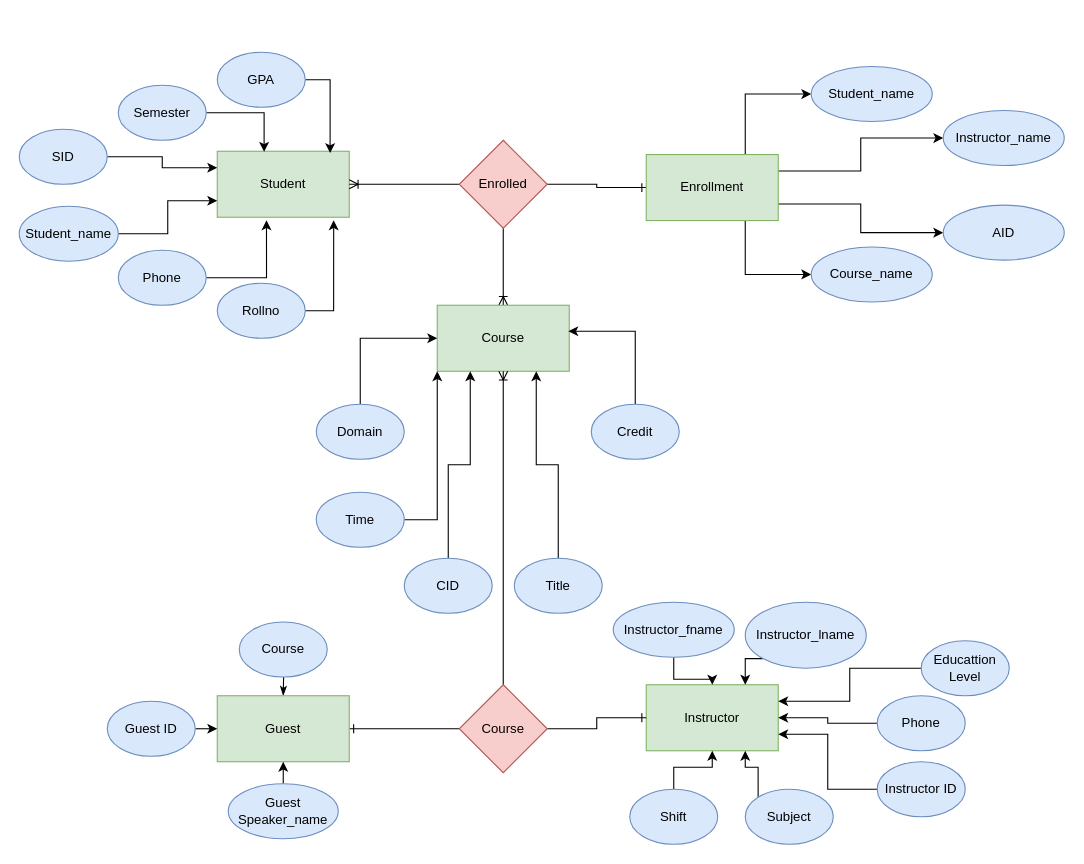
sujalthakuri/database-drawings keeps this draw.io diagram as database.drawio. Above is the earlier version. Source tidied: cells renumbered, new cells numbered last; positions are measured from the earlier drawing's top-left corner, leaving out a move shared by most shapes. Both pictures are drawn from the tidied source at 110%, with x=0, y=0 at pixel (19, 52).
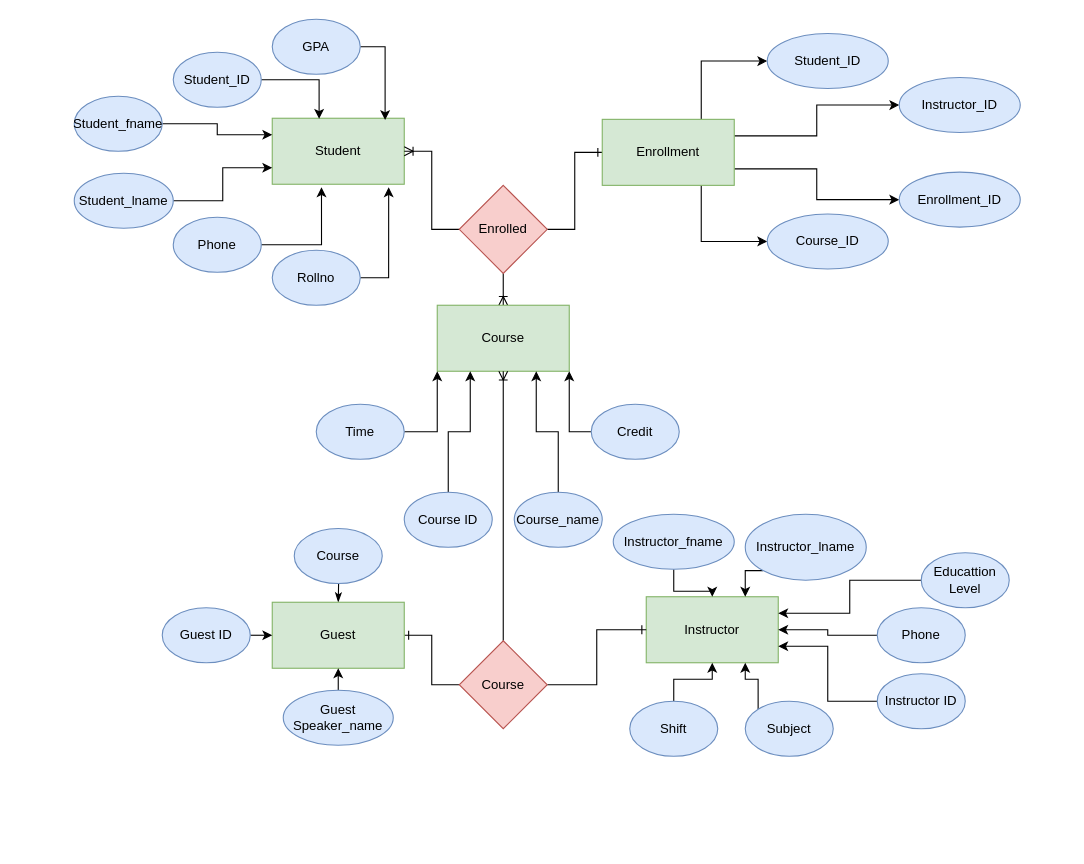
The same page after the edit.

The change refers to these unchanged cells:
```xml
<mxCell id="32" value="Course" style="rounded=0;whiteSpace=wrap;html=1;fillColor=#d5e8d4;strokeColor=#82b366;" parent="1" vertex="1">
  <mxGeometry x="380" y="230" width="120" height="60" as="geometry" />
</mxCell>
<mxCell id="42" value="Credit" style="ellipse;whiteSpace=wrap;html=1;fillColor=#dae8fc;strokeColor=#6c8ebf;" parent="1" vertex="1">
  <mxGeometry x="520" y="320" width="80" height="50" as="geometry" />
</mxCell>
```

Change to the diagram source:
```diff
@@
     <mxCell id="2" value="Student" style="rounded=0;whiteSpace=wrap;html=1;fillColor=#d5e8d4;strokeColor=#82b366;" parent="1" vertex="1">
-      <mxGeometry x="180" y="90" width="120" height="60" as="geometry" />
+      <mxGeometry x="230" y="60" width="120" height="60" as="geometry" />
     </mxCell>
@@
-    <mxCell id="4" value="SID" style="ellipse;whiteSpace=wrap;html=1;fillColor=#dae8fc;strokeColor=#6c8ebf;" parent="1" vertex="1">
-      <mxGeometry y="70" width="80" height="50" as="geometry" />
+    <mxCell id="4" value="Student_fname" style="ellipse;whiteSpace=wrap;html=1;fillColor=#dae8fc;strokeColor=#6c8ebf;" parent="1" vertex="1">
+      <mxGeometry x="50" y="40" width="80" height="50" as="geometry" />
     </mxCell>
@@
     <mxCell id="6" value="Phone" style="ellipse;whiteSpace=wrap;html=1;fillColor=#dae8fc;strokeColor=#6c8ebf;" parent="1" vertex="1">
-      <mxGeometry x="90" y="180" width="80" height="50" as="geometry" />
+      <mxGeometry x="140" y="150" width="80" height="50" as="geometry" />
     </mxCell>
@@
-    <mxCell id="8" value="Semester" style="ellipse;whiteSpace=wrap;html=1;fillColor=#dae8fc;strokeColor=#6c8ebf;" parent="1" vertex="1">
-      <mxGeometry x="90" y="30" width="80" height="50" as="geometry" />
+    <mxCell id="8" value="Student_ID" style="ellipse;whiteSpace=wrap;html=1;fillColor=#dae8fc;strokeColor=#6c8ebf;" parent="1" vertex="1">
+      <mxGeometry x="140" width="80" height="50" as="geometry" />
     </mxCell>
@@
     <mxCell id="10" value="GPA" style="ellipse;whiteSpace=wrap;html=1;fillColor=#dae8fc;strokeColor=#6c8ebf;" parent="1" vertex="1">
-      <mxGeometry x="180" width="80" height="50" as="geometry" />
+      <mxGeometry x="230" y="-30" width="80" height="50" as="geometry" />
     </mxCell>
@@
-    <mxCell id="12" value="Student_name" style="ellipse;whiteSpace=wrap;html=1;fillColor=#dae8fc;strokeColor=#6c8ebf;" parent="1" vertex="1">
-      <mxGeometry y="140" width="90" height="50" as="geometry" />
+    <mxCell id="12" value="Student_lname" style="ellipse;whiteSpace=wrap;html=1;fillColor=#dae8fc;strokeColor=#6c8ebf;" parent="1" vertex="1">
+      <mxGeometry x="50" y="110" width="90" height="50" as="geometry" />
     </mxCell>
@@
     <mxCell id="14" value="Rollno" style="ellipse;whiteSpace=wrap;html=1;fillColor=#dae8fc;strokeColor=#6c8ebf;" parent="1" vertex="1">
-      <mxGeometry x="180" y="210" width="80" height="50" as="geometry" />
+      <mxGeometry x="230" y="180" width="80" height="50" as="geometry" />
     </mxCell>
@@
     <mxCell id="18" value="Enrolled" style="rhombus;whiteSpace=wrap;html=1;fillColor=#f8cecc;strokeColor=#b85450;" parent="1" vertex="1">
-      <mxGeometry x="400" y="80" width="80" height="80" as="geometry" />
+      <mxGeometry x="400" y="121" width="80" height="80" as="geometry" />
     </mxCell>
     <mxCell id="19" value="Instructor" style="rounded=0;whiteSpace=wrap;html=1;fillColor=#d5e8d4;strokeColor=#82b366;" parent="1" vertex="1">
-      <mxGeometry x="570" y="575" width="120" height="60" as="geometry" />
+      <mxGeometry x="570" y="495" width="120" height="60" as="geometry" />
     </mxCell>
@@
     <mxCell id="21" value="Instructor_fname" style="ellipse;whiteSpace=wrap;html=1;fillColor=#dae8fc;strokeColor=#6c8ebf;" parent="1" vertex="1">
-      <mxGeometry x="540" y="500" width="110" height="50" as="geometry" />
+      <mxGeometry x="540" y="420" width="110" height="50" as="geometry" />
     </mxCell>
@@
     <mxCell id="23" value="Instructor ID" style="ellipse;whiteSpace=wrap;html=1;fillColor=#dae8fc;strokeColor=#6c8ebf;" parent="1" vertex="1">
-      <mxGeometry x="780" y="645" width="80" height="50" as="geometry" />
+      <mxGeometry x="780" y="565" width="80" height="50" as="geometry" />
     </mxCell>
@@
     <mxCell id="25" value="Educattion&lt;br&gt;Level" style="ellipse;whiteSpace=wrap;html=1;fillColor=#dae8fc;strokeColor=#6c8ebf;" parent="1" vertex="1">
-      <mxGeometry x="820" y="535" width="80" height="50" as="geometry" />
+      <mxGeometry x="820" y="455" width="80" height="50" as="geometry" />
     </mxCell>
@@
     <mxCell id="27" value="Instructor_lname" style="ellipse;whiteSpace=wrap;html=1;fillColor=#dae8fc;strokeColor=#6c8ebf;" parent="1" vertex="1">
-      <mxGeometry x="660" y="500" width="110" height="60" as="geometry" />
+      <mxGeometry x="660" y="420" width="110" height="60" as="geometry" />
     </mxCell>
@@
     <mxCell id="29" value="Subject" style="ellipse;whiteSpace=wrap;html=1;fillColor=#dae8fc;strokeColor=#6c8ebf;" parent="1" vertex="1">
-      <mxGeometry x="660" y="670" width="80" height="50" as="geometry" />
+      <mxGeometry x="660" y="590" width="80" height="50" as="geometry" />
     </mxCell>
@@
     <mxCell id="31" value="Shift" style="ellipse;whiteSpace=wrap;html=1;fillColor=#dae8fc;strokeColor=#6c8ebf;" parent="1" vertex="1">
-      <mxGeometry x="555" y="670" width="80" height="50" as="geometry" />
+      <mxGeometry x="555" y="590" width="80" height="50" as="geometry" />
     </mxCell>
@@
-    <mxCell id="34" value="CID" style="ellipse;whiteSpace=wrap;html=1;fillColor=#dae8fc;strokeColor=#6c8ebf;" parent="1" vertex="1">
-      <mxGeometry x="350" y="460" width="80" height="50" as="geometry" />
+    <mxCell id="34" value="Course ID" style="ellipse;whiteSpace=wrap;html=1;fillColor=#dae8fc;strokeColor=#6c8ebf;" parent="1" vertex="1">
+      <mxGeometry x="350" y="400" width="80" height="50" as="geometry" />
     </mxCell>
-    <mxCell id="35" style="edgeStyle=orthogonalEdgeStyle;rounded=0;jettySize=auto;html=1;exitX=0.5;exitY=0;exitDx=0;exitDy=0;entryX=0;entryY=0.5;entryDx=0;entryDy=0;" parent="1" edge="1" source="36" target="32">
-      <mxGeometry relative="1" as="geometry" />
-    </mxCell>
-    <mxCell id="36" value="Domain" style="ellipse;whiteSpace=wrap;html=1;fillColor=#dae8fc;strokeColor=#6c8ebf;" parent="1" vertex="1">
-      <mxGeometry x="270" y="320" width="80" height="50" as="geometry" />
-    </mxCell>
@@
     <mxCell id="38" value="Time" style="ellipse;whiteSpace=wrap;html=1;fillColor=#dae8fc;strokeColor=#6c8ebf;" parent="1" vertex="1">
-      <mxGeometry x="270" y="400" width="80" height="50" as="geometry" />
+      <mxGeometry x="270" y="320" width="80" height="50" as="geometry" />
     </mxCell>
@@
-    <mxCell id="40" value="Title" style="ellipse;whiteSpace=wrap;html=1;fillColor=#dae8fc;strokeColor=#6c8ebf;" parent="1" vertex="1">
-      <mxGeometry x="450" y="460" width="80" height="50" as="geometry" />
+    <mxCell id="40" value="Course_name" style="ellipse;whiteSpace=wrap;html=1;fillColor=#dae8fc;strokeColor=#6c8ebf;" parent="1" vertex="1">
+      <mxGeometry x="450" y="400" width="80" height="50" as="geometry" />
     </mxCell>
-    <mxCell id="41" style="edgeStyle=orthogonalEdgeStyle;rounded=0;jettySize=auto;html=1;exitX=0.5;exitY=0;exitDx=0;exitDy=0;entryX=0.993;entryY=0.394;entryDx=0;entryDy=0;entryPerimeter=0;" parent="1" edge="1" source="42" target="32">
+    <mxCell id="41" style="edgeStyle=orthogonalEdgeStyle;rounded=0;jettySize=auto;html=1;exitX=0;exitY=0.5;exitDx=0;exitDy=0;entryX=1;entryY=1;entryDx=0;entryDy=0;" parent="1" edge="1" source="42" target="32">
       <mxGeometry relative="1" as="geometry" />
     </mxCell>
@@
     <mxCell id="47" value="Enrollment" style="rounded=0;whiteSpace=wrap;html=1;fillColor=#d5e8d4;strokeColor=#82b366;" parent="1" vertex="1">
-      <mxGeometry x="570" y="93" width="120" height="60" as="geometry" />
+      <mxGeometry x="530" y="61" width="120" height="60" as="geometry" />
     </mxCell>
-    <mxCell id="48" value="AID" style="ellipse;whiteSpace=wrap;html=1;fillColor=#dae8fc;strokeColor=#6c8ebf;" parent="1" vertex="1">
-      <mxGeometry x="840" y="139" width="110" height="50" as="geometry" />
+    <mxCell id="48" value="Enrollment_ID" style="ellipse;whiteSpace=wrap;html=1;fillColor=#dae8fc;strokeColor=#6c8ebf;" parent="1" vertex="1">
+      <mxGeometry x="800" y="109" width="110" height="50" as="geometry" />
     </mxCell>
-    <mxCell id="49" value="Instructor_name" style="ellipse;whiteSpace=wrap;html=1;fillColor=#dae8fc;strokeColor=#6c8ebf;" parent="1" vertex="1">
-      <mxGeometry x="840" y="53" width="110" height="50" as="geometry" />
+    <mxCell id="49" value="Instructor_ID" style="ellipse;whiteSpace=wrap;html=1;fillColor=#dae8fc;strokeColor=#6c8ebf;" parent="1" vertex="1">
+      <mxGeometry x="800" y="23" width="110" height="50" as="geometry" />
     </mxCell>
-    <mxCell id="50" value="Student_name" style="ellipse;whiteSpace=wrap;html=1;fillColor=#dae8fc;strokeColor=#6c8ebf;" parent="1" vertex="1">
-      <mxGeometry x="720" y="13" width="110" height="50" as="geometry" />
+    <mxCell id="50" value="Student_ID" style="ellipse;whiteSpace=wrap;html=1;fillColor=#dae8fc;strokeColor=#6c8ebf;" parent="1" vertex="1">
+      <mxGeometry x="680" y="-17" width="110" height="50" as="geometry" />
     </mxCell>
-    <mxCell id="51" value="Course_name" style="ellipse;whiteSpace=wrap;html=1;fillColor=#dae8fc;strokeColor=#6c8ebf;" parent="1" vertex="1">
-      <mxGeometry x="720" y="177" width="110" height="50" as="geometry" />
+    <mxCell id="51" value="Course_ID" style="ellipse;whiteSpace=wrap;html=1;fillColor=#dae8fc;strokeColor=#6c8ebf;" parent="1" vertex="1">
+      <mxGeometry x="680" y="147" width="110" height="50" as="geometry" />
     </mxCell>
@@
     <mxCell id="54" style="edgeStyle=orthogonalEdgeStyle;rounded=0;jettySize=auto;html=1;exitX=0.5;exitY=1;exitDx=0;exitDy=0;entryX=0.5;entryY=0;entryDx=0;entryDy=0;endArrow=classicThin;endFill=1;" parent="1" edge="1" target="57">
       <mxGeometry relative="1" as="geometry">
-        <mxPoint x="240" y="530" as="sourcePoint" />
+        <mxPoint x="290" y="445" as="sourcePoint" />
       </mxGeometry>
     </mxCell>
@@
     <mxCell id="56" value="Course" style="rhombus;whiteSpace=wrap;html=1;fillColor=#f8cecc;strokeColor=#b85450;" parent="1" vertex="1">
-      <mxGeometry x="400" y="575" width="80" height="80" as="geometry" />
+      <mxGeometry x="400" y="535" width="80" height="80" as="geometry" />
     </mxCell>
     <mxCell id="57" value="Guest" style="rounded=0;whiteSpace=wrap;html=1;fillColor=#d5e8d4;strokeColor=#82b366;" parent="1" vertex="1">
-      <mxGeometry x="180" y="585" width="120" height="60" as="geometry" />
+      <mxGeometry x="230" y="500" width="120" height="60" as="geometry" />
     </mxCell>
@@
     <mxCell id="59" value="Guest ID" style="ellipse;whiteSpace=wrap;html=1;fillColor=#dae8fc;strokeColor=#6c8ebf;" parent="1" vertex="1">
-      <mxGeometry x="80" y="590" width="80" height="50" as="geometry" />
+      <mxGeometry x="130" y="505" width="80" height="50" as="geometry" />
     </mxCell>
     <mxCell id="60" value="Course" style="ellipse;whiteSpace=wrap;html=1;fillColor=#dae8fc;strokeColor=#6c8ebf;" parent="1" vertex="1">
-      <mxGeometry x="200" y="518" width="80" height="50" as="geometry" />
+      <mxGeometry x="250" y="433" width="80" height="50" as="geometry" />
     </mxCell>
@@
     <mxCell id="62" value="Guest&lt;br&gt;Speaker_name" style="ellipse;whiteSpace=wrap;html=1;fillColor=#dae8fc;strokeColor=#6c8ebf;" parent="1" vertex="1">
-      <mxGeometry x="190" y="665" width="100" height="50" as="geometry" />
+      <mxGeometry x="240" y="580" width="100" height="50" as="geometry" />
     </mxCell>
@@
     <mxCell id="64" value="Phone" style="ellipse;whiteSpace=wrap;html=1;fillColor=#dae8fc;strokeColor=#6c8ebf;" parent="1" vertex="1">
-      <mxGeometry x="780" y="585" width="80" height="50" as="geometry" />
+      <mxGeometry x="780" y="505" width="80" height="50" as="geometry" />
     </mxCell>
```
